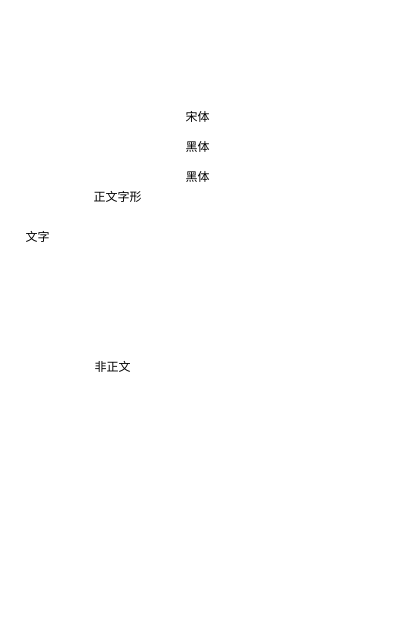
Earlier version of the draw.io diagram 字形分类.drawio (water0902/Draw.io). Source tidied: cells renumbered, new cells numbered last; positions are measured from the earlier drawing's top-left corner, leaving out a move shared by most shapes. Both pictures are drawn from the tidied source at 100%, with x=0, y=0 at pixel (17, 107).
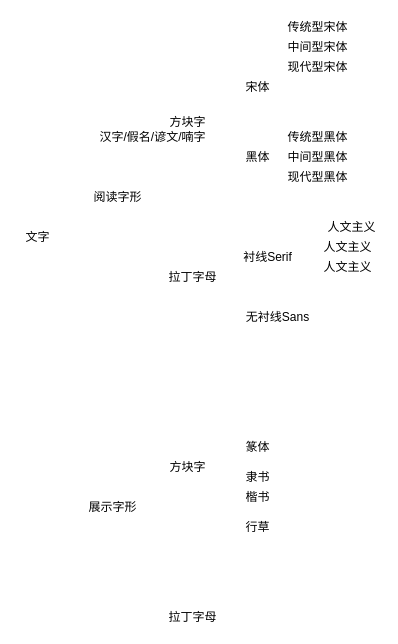
The same diagram, later.

Commit message:
更新字形分类.drawio

Diff of the diagram source:
```diff
@@
-    <mxCell id="3" value="正文字形" style="text;html=1;align=center;verticalAlign=middle;fillColor=none;strokeColor=none;rounded=0;" parent="1" vertex="1">
+    <mxCell id="3" value="阅读字形" style="text;html=1;align=center;verticalAlign=middle;fillColor=none;strokeColor=none;rounded=0;" parent="1" vertex="1">
       <mxGeometry x="70" y="80" width="60" height="20" as="geometry" />
     </mxCell>
-    <mxCell id="4" value="非正文" style="text;html=1;align=center;verticalAlign=middle;fillColor=none;strokeColor=none;rounded=0;" parent="1" vertex="1">
-      <mxGeometry x="70" y="250" width="50" height="20" as="geometry" />
+    <mxCell id="4" value="展示字形" style="text;html=1;align=center;verticalAlign=middle;fillColor=none;strokeColor=none;rounded=0;" parent="1" vertex="1">
+      <mxGeometry x="65" y="390" width="60" height="20" as="geometry" />
     </mxCell>
-    <mxCell id="5" value="宋体" style="text;html=1;align=center;verticalAlign=middle;fillColor=none;strokeColor=none;rounded=0;" parent="1" vertex="1">
-      <mxGeometry x="160" width="40" height="20" as="geometry" />
+    <mxCell id="5" value="汉字/假名/谚文/喃字" style="text;html=1;align=center;verticalAlign=middle;fillColor=none;strokeColor=none;rounded=0;" parent="1" vertex="1">
+      <mxGeometry x="75" y="20" width="120" height="20" as="geometry" />
     </mxCell>
-    <mxCell id="6" value="黑体" style="text;html=1;align=center;verticalAlign=middle;fillColor=none;strokeColor=none;rounded=0;" parent="1" vertex="1">
-      <mxGeometry x="160" y="30" width="40" height="20" as="geometry" />
+    <mxCell id="6" value="拉丁字母" style="text;html=1;align=center;verticalAlign=middle;fillColor=none;strokeColor=none;rounded=0;" parent="1" vertex="1">
+      <mxGeometry x="145" y="160" width="60" height="20" as="geometry" />
     </mxCell>
+    <mxCell id="8" value="宋体" style="text;html=1;align=center;verticalAlign=middle;fillColor=none;strokeColor=none;rounded=0;" parent="1" vertex="1">
+      <mxGeometry x="220" y="-30" width="40" height="20" as="geometry" />
+    </mxCell>
     <mxCell id="7" value="黑体" style="text;html=1;align=center;verticalAlign=middle;fillColor=none;strokeColor=none;rounded=0;" parent="1" vertex="1">
-      <mxGeometry x="160" y="60" width="40" height="20" as="geometry" />
+      <mxGeometry x="220" y="40" width="40" height="20" as="geometry" />
     </mxCell>
+    <mxCell id="9" value="衬线Serif" style="text;html=1;align=center;verticalAlign=middle;fillColor=none;strokeColor=none;rounded=0;" parent="1" vertex="1">
+      <mxGeometry x="220" y="140" width="60" height="20" as="geometry" />
+    </mxCell>
+    <mxCell id="10" value="无衬线Sans" style="text;html=1;align=center;verticalAlign=middle;fillColor=none;strokeColor=none;rounded=0;" parent="1" vertex="1">
+      <mxGeometry x="220" y="200" width="80" height="20" as="geometry" />
+    </mxCell>
+    <mxCell id="11" value="楷书" style="text;html=1;align=center;verticalAlign=middle;fillColor=none;strokeColor=none;rounded=0;" parent="1" vertex="1">
+      <mxGeometry x="220" y="380" width="40" height="20" as="geometry" />
+    </mxCell>
+    <mxCell id="12" value="隶书" style="text;html=1;align=center;verticalAlign=middle;fillColor=none;strokeColor=none;rounded=0;" parent="1" vertex="1">
+      <mxGeometry x="220" y="360" width="40" height="20" as="geometry" />
+    </mxCell>
+    <mxCell id="13" value="篆体" style="text;html=1;align=center;verticalAlign=middle;fillColor=none;strokeColor=none;rounded=0;" parent="1" vertex="1">
+      <mxGeometry x="220" y="330" width="40" height="20" as="geometry" />
+    </mxCell>
+    <mxCell id="14" value="行草" style="text;html=1;align=center;verticalAlign=middle;fillColor=none;strokeColor=none;rounded=0;" parent="1" vertex="1">
+      <mxGeometry x="220" y="410" width="40" height="20" as="geometry" />
+    </mxCell>
+    <mxCell id="15" value="方块字" style="text;html=1;align=center;verticalAlign=middle;fillColor=none;strokeColor=none;rounded=0;" parent="1" vertex="1">
+      <mxGeometry x="145" y="350" width="50" height="20" as="geometry" />
+    </mxCell>
+    <mxCell id="16" value="拉丁字母" style="text;html=1;align=center;verticalAlign=middle;fillColor=none;strokeColor=none;rounded=0;" parent="1" vertex="1">
+      <mxGeometry x="145" y="500" width="60" height="20" as="geometry" />
+    </mxCell>
+    <mxCell id="17" value="方块字" style="text;html=1;align=center;verticalAlign=middle;fillColor=none;strokeColor=none;rounded=0;" parent="1" vertex="1">
+      <mxGeometry x="145" y="5" width="50" height="20" as="geometry" />
+    </mxCell>
+    <mxCell id="18" value="中间型宋体" style="text;html=1;align=center;verticalAlign=middle;fillColor=none;strokeColor=none;rounded=0;" parent="1" vertex="1">
+      <mxGeometry x="260" y="-70" width="80" height="20" as="geometry" />
+    </mxCell>
+    <mxCell id="19" value="现代型宋体" style="text;html=1;align=center;verticalAlign=middle;fillColor=none;strokeColor=none;rounded=0;" parent="1" vertex="1">
+      <mxGeometry x="260" y="-50" width="80" height="20" as="geometry" />
+    </mxCell>
+    <mxCell id="20" value="传统型宋体" style="text;html=1;align=center;verticalAlign=middle;fillColor=none;strokeColor=none;rounded=0;" parent="1" vertex="1">
+      <mxGeometry x="260" y="-90" width="80" height="20" as="geometry" />
+    </mxCell>
+    <mxCell id="21" value="中间型黑体" style="text;html=1;align=center;verticalAlign=middle;fillColor=none;strokeColor=none;rounded=0;" parent="1" vertex="1">
+      <mxGeometry x="260" y="40" width="80" height="20" as="geometry" />
+    </mxCell>
+    <mxCell id="22" value="现代型黑体" style="text;html=1;align=center;verticalAlign=middle;fillColor=none;strokeColor=none;rounded=0;" parent="1" vertex="1">
+      <mxGeometry x="260" y="60" width="80" height="20" as="geometry" />
+    </mxCell>
+    <mxCell id="23" value="传统型黑体" style="text;html=1;align=center;verticalAlign=middle;fillColor=none;strokeColor=none;rounded=0;" parent="1" vertex="1">
+      <mxGeometry x="260" y="20" width="80" height="20" as="geometry" />
+    </mxCell>
+    <mxCell id="24" value="人文主义" style="text;html=1;align=center;verticalAlign=middle;fillColor=none;strokeColor=none;rounded=0;" parent="1" vertex="1">
+      <mxGeometry x="304" y="110" width="60" height="20" as="geometry" />
+    </mxCell>
+    <mxCell id="25" value="人文主义" style="text;html=1;align=center;verticalAlign=middle;fillColor=none;strokeColor=none;rounded=0;" parent="1" vertex="1">
+      <mxGeometry x="300" y="130" width="60" height="20" as="geometry" />
+    </mxCell>
+    <mxCell id="26" value="人文主义" style="text;html=1;align=center;verticalAlign=middle;fillColor=none;strokeColor=none;rounded=0;" parent="1" vertex="1">
+      <mxGeometry x="300" y="150" width="60" height="20" as="geometry" />
+    </mxCell>
```
